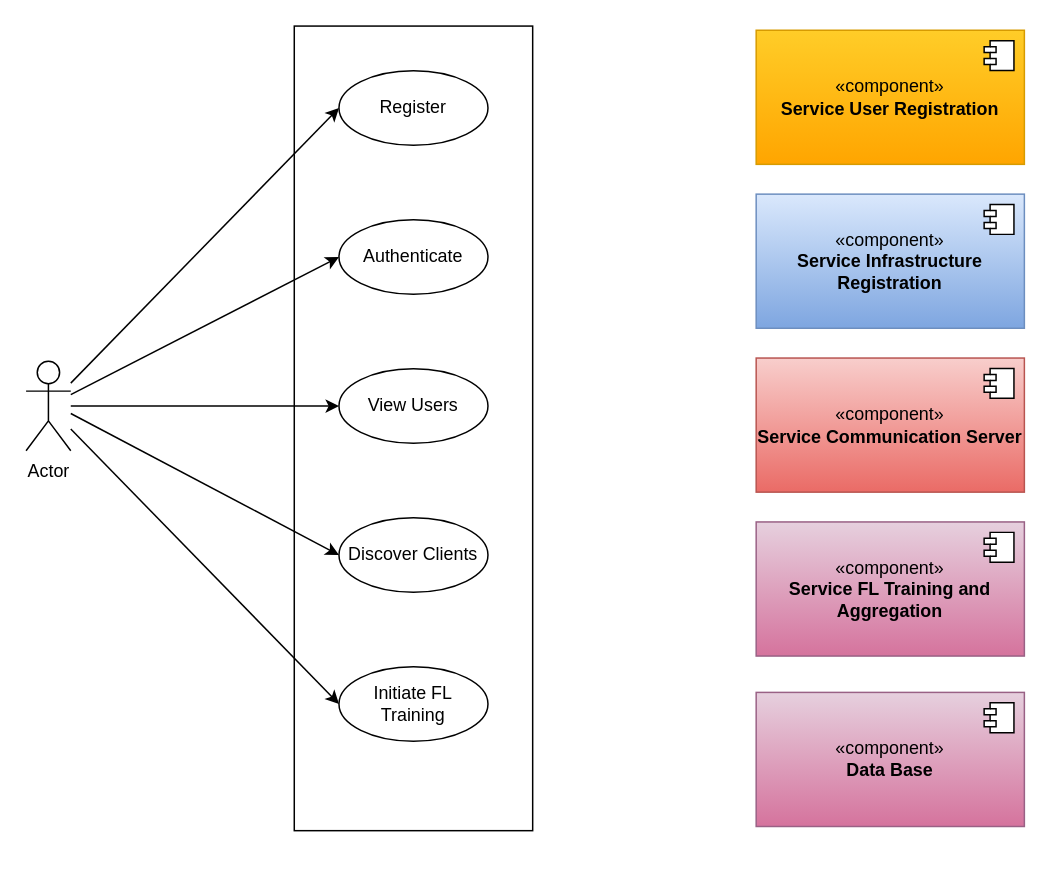
This is Thesis/Use case view.drawio from anandanlk/Drawings, a draw.io file, before an edit. Source tidied: cells renumbered, new cells numbered last; positions are measured from the earlier drawing's top-left corner, leaving out a move shared by most shapes. Both pictures are drawn from the tidied source at 149%, with x=0, y=0 at pixel (25, 25).
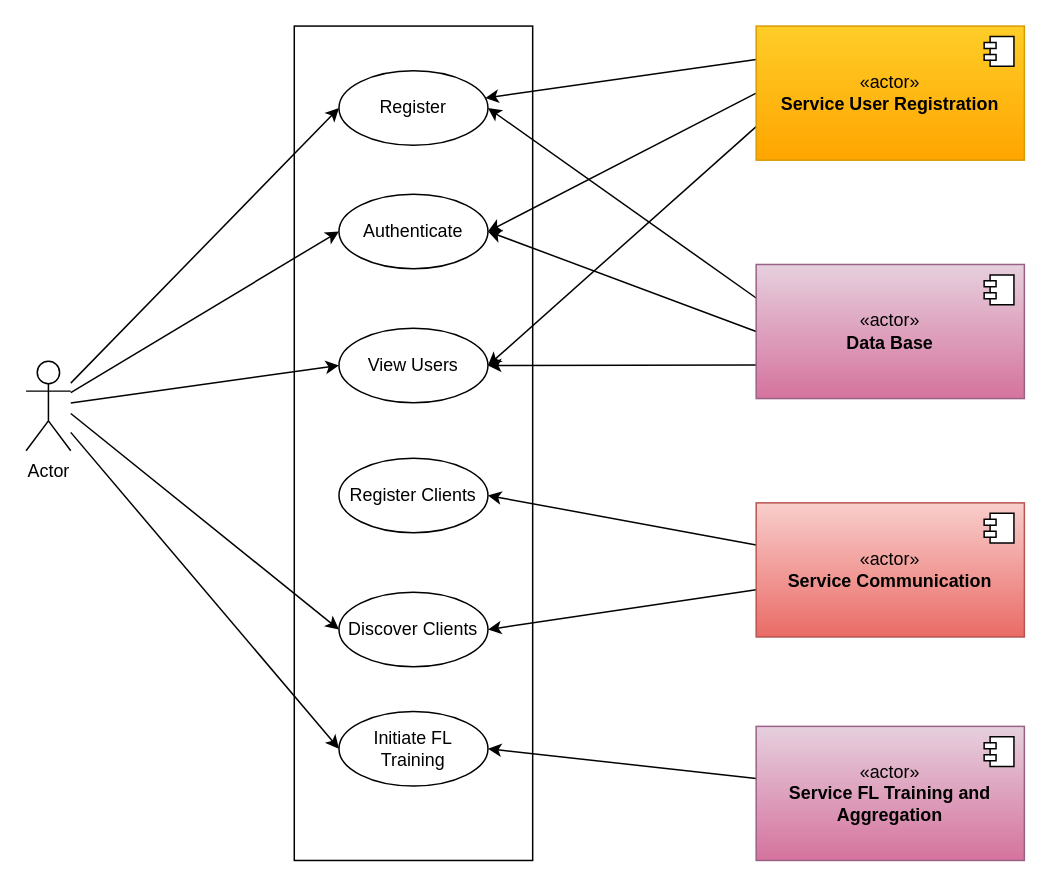
The same page after the edit.

The change refers to these unchanged cells:
```xml
<mxCell id="3" value="Register" style="shape=ellipse;html=1;dashed=0;whiteSpace=wrap;perimeter=ellipsePerimeter;" parent="1" vertex="1">
  <mxGeometry x="210" y="30" width="100" height="50" as="geometry" />
</mxCell>
```

The edit, as a diff of the source:
```diff
@@
     <mxCell id="2" style="html=1;dashed=0;whiteSpace=wrap;" parent="1" vertex="1">
-      <mxGeometry x="180" width="160" height="540" as="geometry" />
+      <mxGeometry x="180" width="160" height="560" as="geometry" />
     </mxCell>
@@
     <mxCell id="4" value="Initiate FL Training" style="shape=ellipse;html=1;dashed=0;whiteSpace=wrap;perimeter=ellipsePerimeter;" parent="1" vertex="1">
-      <mxGeometry x="210" y="430" width="100" height="50" as="geometry" />
+      <mxGeometry x="210" y="460" width="100" height="50" as="geometry" />
     </mxCell>
     <mxCell id="5" value="View Users" style="shape=ellipse;html=1;dashed=0;whiteSpace=wrap;perimeter=ellipsePerimeter;" parent="1" vertex="1">
-      <mxGeometry x="210" y="230" width="100" height="50" as="geometry" />
+      <mxGeometry x="210" y="202.8" width="100" height="50" as="geometry" />
     </mxCell>
     <mxCell id="6" value="Authenticate" style="shape=ellipse;html=1;dashed=0;whiteSpace=wrap;perimeter=ellipsePerimeter;" parent="1" vertex="1">
-      <mxGeometry x="210" y="130" width="100" height="50" as="geometry" />
+      <mxGeometry x="210" y="112.8" width="100" height="50" as="geometry" />
     </mxCell>
     <mxCell id="7" value="Discover Clients" style="shape=ellipse;html=1;dashed=0;whiteSpace=wrap;perimeter=ellipsePerimeter;" parent="1" vertex="1">
-      <mxGeometry x="210" y="330" width="100" height="50" as="geometry" />
+      <mxGeometry x="210" y="380" width="100" height="50" as="geometry" />
     </mxCell>
+    <mxCell id="24" style="rounded=0;jettySize=auto;html=1;exitX=0;exitY=0.75;exitDx=0;exitDy=0;entryX=1;entryY=0.5;entryDx=0;entryDy=0;" parent="1" edge="1" source="8" target="5">
+      <mxGeometry relative="1" as="geometry" />
+    </mxCell>
+    <mxCell id="25" style="rounded=0;jettySize=auto;html=1;exitX=0;exitY=0.25;exitDx=0;exitDy=0;" parent="1" edge="1" source="8" target="3">
+      <mxGeometry relative="1" as="geometry" />
+    </mxCell>
+    <mxCell id="26" style="rounded=0;jettySize=auto;html=1;entryX=1;entryY=0.5;entryDx=0;entryDy=0;exitX=0;exitY=0.5;exitDx=0;exitDy=0;" parent="1" edge="1" source="8" target="6">
+      <mxGeometry relative="1" as="geometry" />
+    </mxCell>
-    <mxCell id="8" value="«component»&lt;br&gt;&lt;b&gt;Service User Registration&lt;/b&gt;" style="html=1;whiteSpace=wrap;fillColor=#ffcd28;strokeColor=#d79b00;gradientColor=#ffa500;" parent="1" vertex="1">
-      <mxGeometry x="490" y="2.8" width="180" height="90" as="geometry" />
+    <mxCell id="8" value="«actor»&lt;br&gt;&lt;b&gt;Service User Registration&lt;/b&gt;" style="html=1;whiteSpace=wrap;fillColor=#ffcd28;strokeColor=#d79b00;gradientColor=#ffa500;" parent="1" vertex="1">
+      <mxGeometry x="490" width="180" height="90" as="geometry" />
     </mxCell>
@@
+    <mxCell id="27" style="rounded=0;jettySize=auto;html=1;entryX=1;entryY=0.5;entryDx=0;entryDy=0;" parent="1" edge="1" source="10" target="4">
+      <mxGeometry relative="1" as="geometry" />
+    </mxCell>
-    <mxCell id="10" value="«component»&lt;br&gt;&lt;b&gt;Service FL Training and Aggregation&lt;/b&gt;" style="html=1;whiteSpace=wrap;fillColor=#e6d0de;strokeColor=#996185;gradientColor=#d5739d;" parent="1" vertex="1">
-      <mxGeometry x="490" y="332.8" width="180" height="90" as="geometry" />
+    <mxCell id="10" value="«actor»&lt;br&gt;&lt;b&gt;Service FL Training and Aggregation&lt;/b&gt;" style="html=1;whiteSpace=wrap;fillColor=#e6d0de;strokeColor=#996185;gradientColor=#d5739d;" parent="1" vertex="1">
+      <mxGeometry x="490" y="470" width="180" height="90" as="geometry" />
     </mxCell>
@@
-    <mxCell id="12" value="«component»&lt;br&gt;&lt;b&gt;Service Infrastructure Registration&lt;/b&gt;" style="html=1;whiteSpace=wrap;fillColor=#dae8fc;strokeColor=#6c8ebf;gradientColor=#7ea6e0;" parent="1" vertex="1">
-      <mxGeometry x="490" y="112.8" width="180" height="90" as="geometry" />
-    </mxCell>
-    <mxCell id="13" style="shape=module;jettyWidth=8;jettyHeight=4;" parent="12" vertex="1">
-      <mxGeometry x="1" width="20" height="20" relative="1" as="geometry">
-        <mxPoint x="-27" y="7" as="offset" />
-      </mxGeometry>
-    </mxCell>
+    <mxCell id="28" style="rounded=0;jettySize=auto;html=1;entryX=1;entryY=0.5;entryDx=0;entryDy=0;" parent="1" edge="1" source="14" target="33">
+      <mxGeometry relative="1" as="geometry" />
+    </mxCell>
+    <mxCell id="29" style="rounded=0;jettySize=auto;html=1;entryX=1;entryY=0.5;entryDx=0;entryDy=0;" parent="1" edge="1" source="14" target="7">
+      <mxGeometry relative="1" as="geometry" />
+    </mxCell>
-    <mxCell id="14" value="«component»&lt;br&gt;&lt;b&gt;Service Communication Server&lt;/b&gt;" style="html=1;whiteSpace=wrap;fillColor=#f8cecc;gradientColor=#ea6b66;strokeColor=#b85450;" parent="1" vertex="1">
-      <mxGeometry x="490" y="222.8" width="180" height="90" as="geometry" />
+    <mxCell id="14" value="«actor»&lt;br&gt;&lt;b&gt;Service Communication&lt;/b&gt;" style="html=1;whiteSpace=wrap;fillColor=#f8cecc;gradientColor=#ea6b66;strokeColor=#b85450;" parent="1" vertex="1">
+      <mxGeometry x="490" y="320" width="180" height="90" as="geometry" />
     </mxCell>
@@
+    <mxCell id="30" style="rounded=0;jettySize=auto;html=1;entryX=1;entryY=0.5;entryDx=0;entryDy=0;exitX=0;exitY=0.5;exitDx=0;exitDy=0;" parent="1" edge="1" source="16" target="6">
+      <mxGeometry relative="1" as="geometry" />
+    </mxCell>
+    <mxCell id="31" style="rounded=0;jettySize=auto;html=1;exitX=0;exitY=0.25;exitDx=0;exitDy=0;entryX=1;entryY=0.5;entryDx=0;entryDy=0;" parent="1" edge="1" source="16" target="3">
+      <mxGeometry relative="1" as="geometry" />
+    </mxCell>
+    <mxCell id="32" style="rounded=0;jettySize=auto;html=1;exitX=0;exitY=0.75;exitDx=0;exitDy=0;entryX=1;entryY=0.5;entryDx=0;entryDy=0;" parent="1" edge="1" source="16" target="5">
+      <mxGeometry relative="1" as="geometry" />
+    </mxCell>
-    <mxCell id="16" value="«component»&lt;br&gt;&lt;b&gt;Data Base&lt;/b&gt;" style="html=1;whiteSpace=wrap;fillColor=#e6d0de;strokeColor=#996185;gradientColor=#d5739d;" parent="1" vertex="1">
-      <mxGeometry x="490" y="447.2" width="180" height="90" as="geometry" />
+    <mxCell id="16" value="«actor»&lt;br&gt;&lt;b&gt;Data Base&lt;/b&gt;" style="html=1;whiteSpace=wrap;fillColor=#e6d0de;strokeColor=#996185;gradientColor=#d5739d;" parent="1" vertex="1">
+      <mxGeometry x="490" y="160" width="180" height="90" as="geometry" />
     </mxCell>
@@
+    <mxCell id="33" value="Register Clients" style="shape=ellipse;html=1;dashed=0;whiteSpace=wrap;perimeter=ellipsePerimeter;" parent="1" vertex="1">
+      <mxGeometry x="210" y="290" width="100" height="50" as="geometry" />
+    </mxCell>
```
